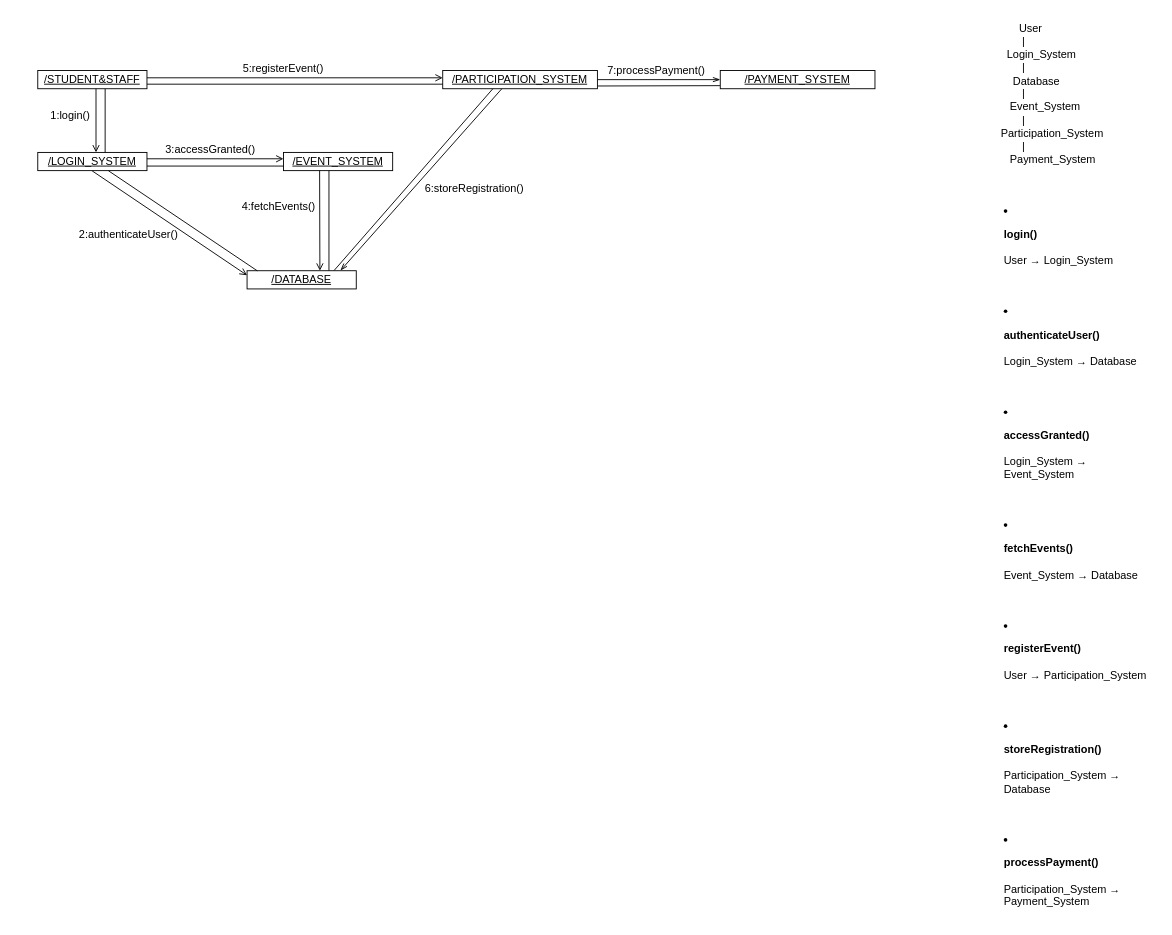
The draw.io diagram CERS-CollaborationDiagram.drawio in chari-00/SystemModeling-SoftwareDesign, before the edit. Source tidied: cells renumbered, new cells numbered last; positions are measured from the earlier drawing's top-left corner, leaving out a move shared by most shapes. Both pictures are drawn from the tidied source at 91%, with x=0, y=0 at pixel (15, 15).
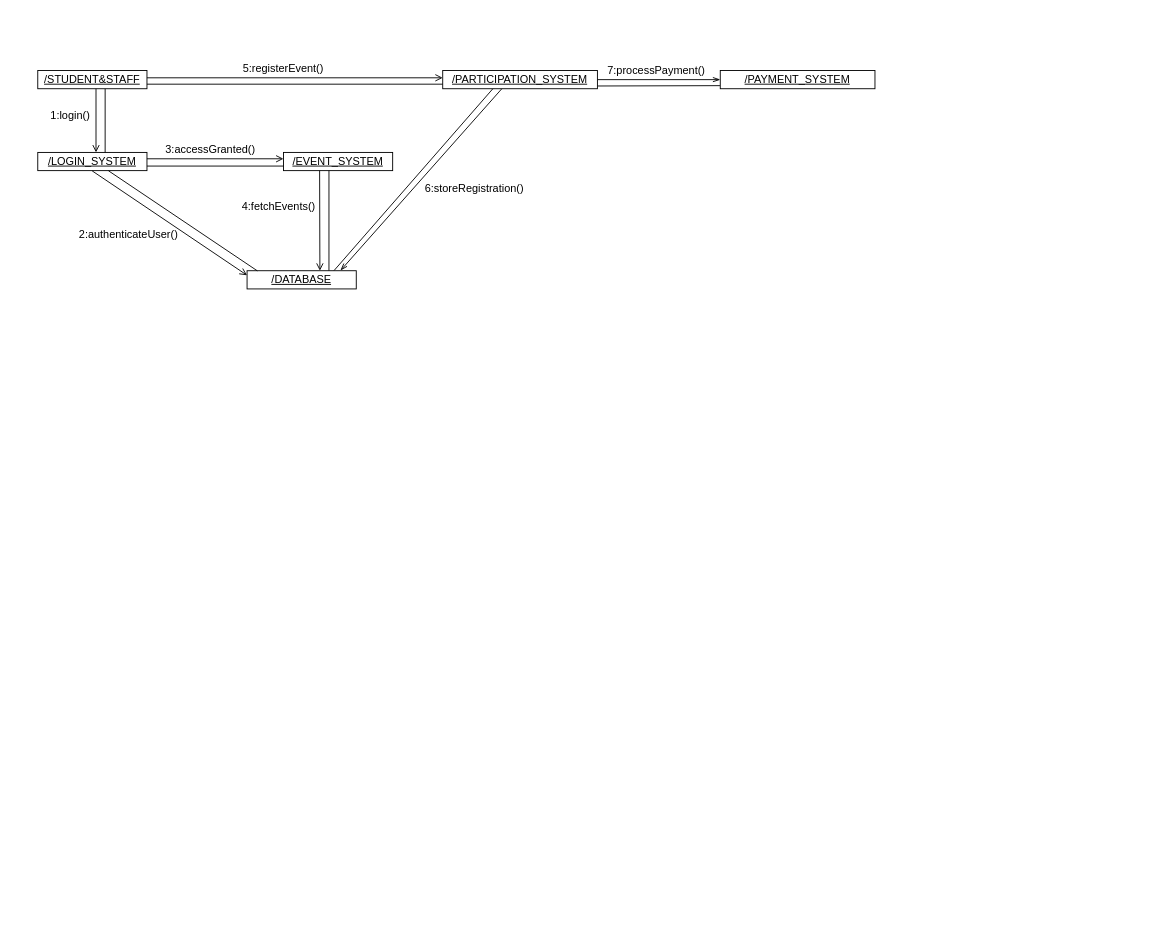
The same page after the edit.

Diff of the diagram source:
```diff
@@
-    <mxCell id="2" value="&amp;nbsp; &amp;nbsp; &amp;nbsp; &amp;nbsp; User&lt;br&gt;&amp;nbsp; &amp;nbsp; &amp;nbsp; &amp;nbsp; &amp;nbsp;|&lt;br&gt;&amp;nbsp; &amp;nbsp; Login_System&lt;br&gt;&amp;nbsp; &amp;nbsp; &amp;nbsp; &amp;nbsp; &amp;nbsp;|&lt;br&gt;&amp;nbsp; &amp;nbsp; &amp;nbsp; Database&lt;br&gt;&amp;nbsp; &amp;nbsp; &amp;nbsp; &amp;nbsp; &amp;nbsp;|&lt;br&gt;&amp;nbsp; &amp;nbsp; &amp;nbsp;Event_System&lt;br&gt;&amp;nbsp; &amp;nbsp; &amp;nbsp; &amp;nbsp; &amp;nbsp;|&lt;br&gt;&amp;nbsp; Participation_System&lt;br&gt;&amp;nbsp; &amp;nbsp; &amp;nbsp; &amp;nbsp; &amp;nbsp;|&lt;br&gt;&amp;nbsp; &amp;nbsp; &amp;nbsp;Payment_System" style="text;whiteSpace=wrap;html=1;" parent="1" vertex="1">
-      <mxGeometry x="1074" width="170" height="180" as="geometry" />
-    </mxCell>
@@
-    <mxCell id="10" value="&lt;li&gt;&lt;p&gt;&lt;strong&gt;login()&lt;/strong&gt;&lt;br&gt;&lt;br/&gt;User → Login_System&lt;/p&gt;&lt;br/&gt;&lt;/li&gt;&lt;br/&gt;&lt;li&gt;&lt;br/&gt;&lt;p&gt;&lt;strong&gt;authenticateUser()&lt;/strong&gt;&lt;br&gt;&lt;br/&gt;Login_System → Database&lt;/p&gt;&lt;br/&gt;&lt;/li&gt;&lt;br/&gt;&lt;li&gt;&lt;br/&gt;&lt;p&gt;&lt;strong&gt;accessGranted()&lt;/strong&gt;&lt;br&gt;&lt;br/&gt;Login_System → Event_System&lt;/p&gt;&lt;br/&gt;&lt;/li&gt;&lt;br/&gt;&lt;li&gt;&lt;br/&gt;&lt;p&gt;&lt;strong&gt;fetchEvents()&lt;/strong&gt;&lt;br&gt;&lt;br/&gt;Event_System → Database&lt;/p&gt;&lt;br/&gt;&lt;/li&gt;&lt;br/&gt;&lt;li&gt;&lt;br/&gt;&lt;p&gt;&lt;strong&gt;registerEvent()&lt;/strong&gt;&lt;br&gt;&lt;br/&gt;User → Participation_System&lt;/p&gt;&lt;br/&gt;&lt;/li&gt;&lt;br/&gt;&lt;li&gt;&lt;br/&gt;&lt;p&gt;&lt;strong&gt;storeRegistration()&lt;/strong&gt;&lt;br&gt;&lt;br/&gt;Participation_System → Database&lt;/p&gt;&lt;br/&gt;&lt;/li&gt;&lt;br/&gt;&lt;li&gt;&lt;br/&gt;&lt;p&gt;&lt;strong&gt;processPayment()&lt;/strong&gt;&lt;br&gt;&lt;br/&gt;Participation_System → Payment_System&lt;/p&gt;&lt;/li&gt;" style="text;whiteSpace=wrap;html=1;" parent="1" vertex="1">
-      <mxGeometry x="1084" y="200" width="170" height="180" as="geometry" />
-    </mxCell>
```
